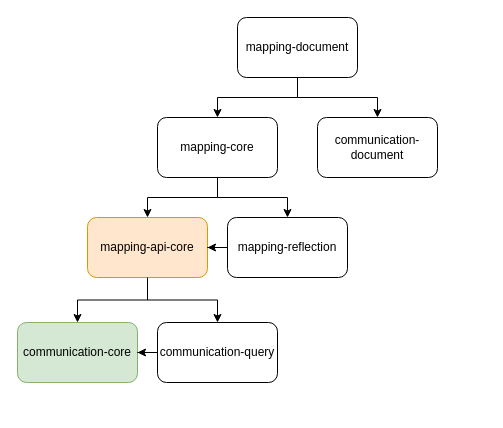
The draw.io diagram page "第 2 页" (2 of 2) of store.drawio in zhongchun/daily, before the edit. Source tidied: cells renumbered, new cells numbered last; positions are measured from the earlier drawing's top-left corner, leaving out a move shared by most shapes. Both pictures are drawn from the tidied source at 100%, with x=0, y=0 at pixel (17, 17).
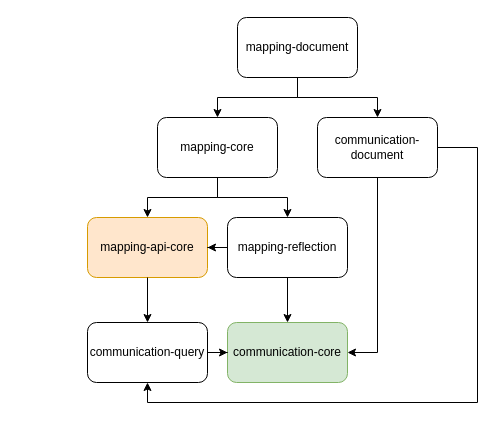
The same page after the edit.

The change refers to these unchanged cells:
```xml
<mxCell id="7" value="communication-document" style="rounded=1;whiteSpace=wrap;html=1;" parent="1" vertex="1">
  <mxGeometry x="300" y="100" width="120" height="60" as="geometry" />
</mxCell>
```

The edit, as a diff of the source:
```diff
@@
+    <mxCell id="17" style="edgeStyle=orthogonalEdgeStyle;rounded=0;jettySize=auto;html=1;entryX=1;entryY=0.5;entryDx=0;entryDy=0;" parent="1" edge="1" source="7" target="13">
+      <mxGeometry relative="1" as="geometry" />
+    </mxCell>
+    <mxCell id="18" style="edgeStyle=orthogonalEdgeStyle;rounded=0;jettySize=auto;html=1;entryX=0.5;entryY=1;entryDx=0;entryDy=0;" parent="1" edge="1" source="7" target="15">
+      <mxGeometry relative="1" as="geometry">
+        <Array as="points">
+          <mxPoint x="460" y="130" />
+          <mxPoint x="460" y="385" />
+          <mxPoint x="130" y="385" />
+        </Array>
+      </mxGeometry>
+    </mxCell>
@@
     <mxCell id="13" value="communication-core" style="rounded=1;whiteSpace=wrap;html=1;fillColor=#d5e8d4;strokeColor=#82b366;" parent="1" vertex="1">
-      <mxGeometry y="305" width="120" height="60" as="geometry" />
+      <mxGeometry x="210" y="305" width="120" height="60" as="geometry" />
     </mxCell>
@@
     <mxCell id="15" value="communication-query" style="rounded=1;whiteSpace=wrap;html=1;" parent="1" vertex="1">
-      <mxGeometry x="140" y="305" width="120" height="60" as="geometry" />
+      <mxGeometry x="70" y="305" width="120" height="60" as="geometry" />
     </mxCell>
```
